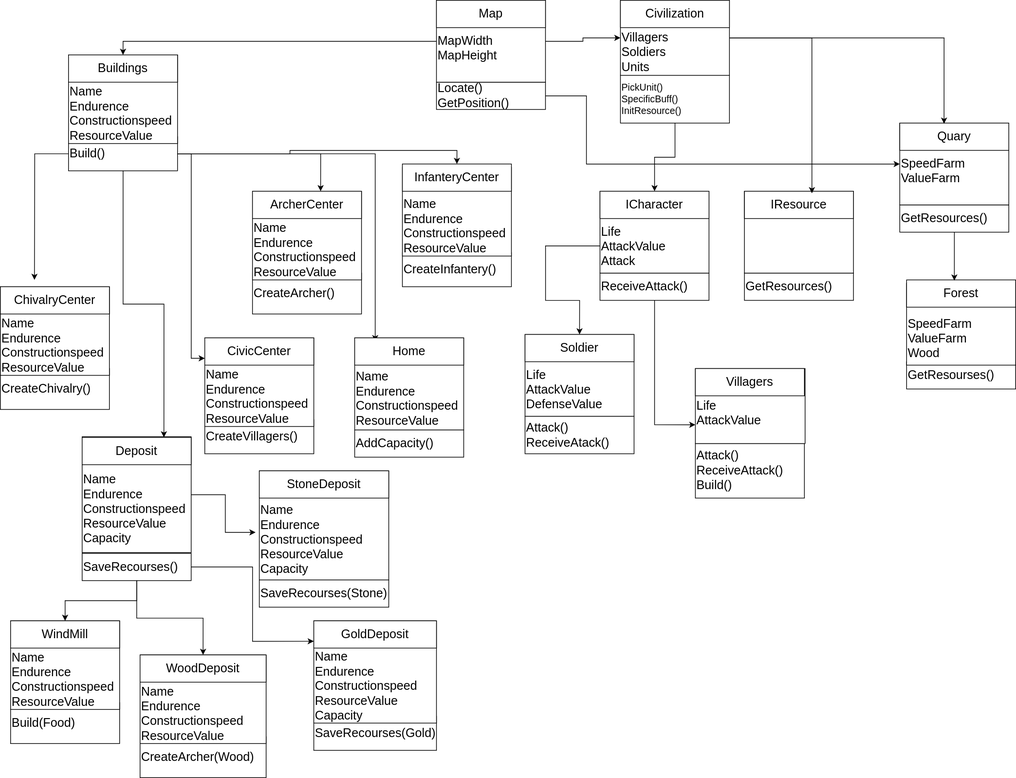
Earlier version of the draw.io export ClassLibrary1/FacadeDirectory/DiagramaDeClases.svg (Christian-Curbelo-004/Age-Of-Empires-Project). Source tidied: cells renumbered, new cells last; positions are measured from the earlier drawing's top-left corner, leaving out a move shared by most shapes.
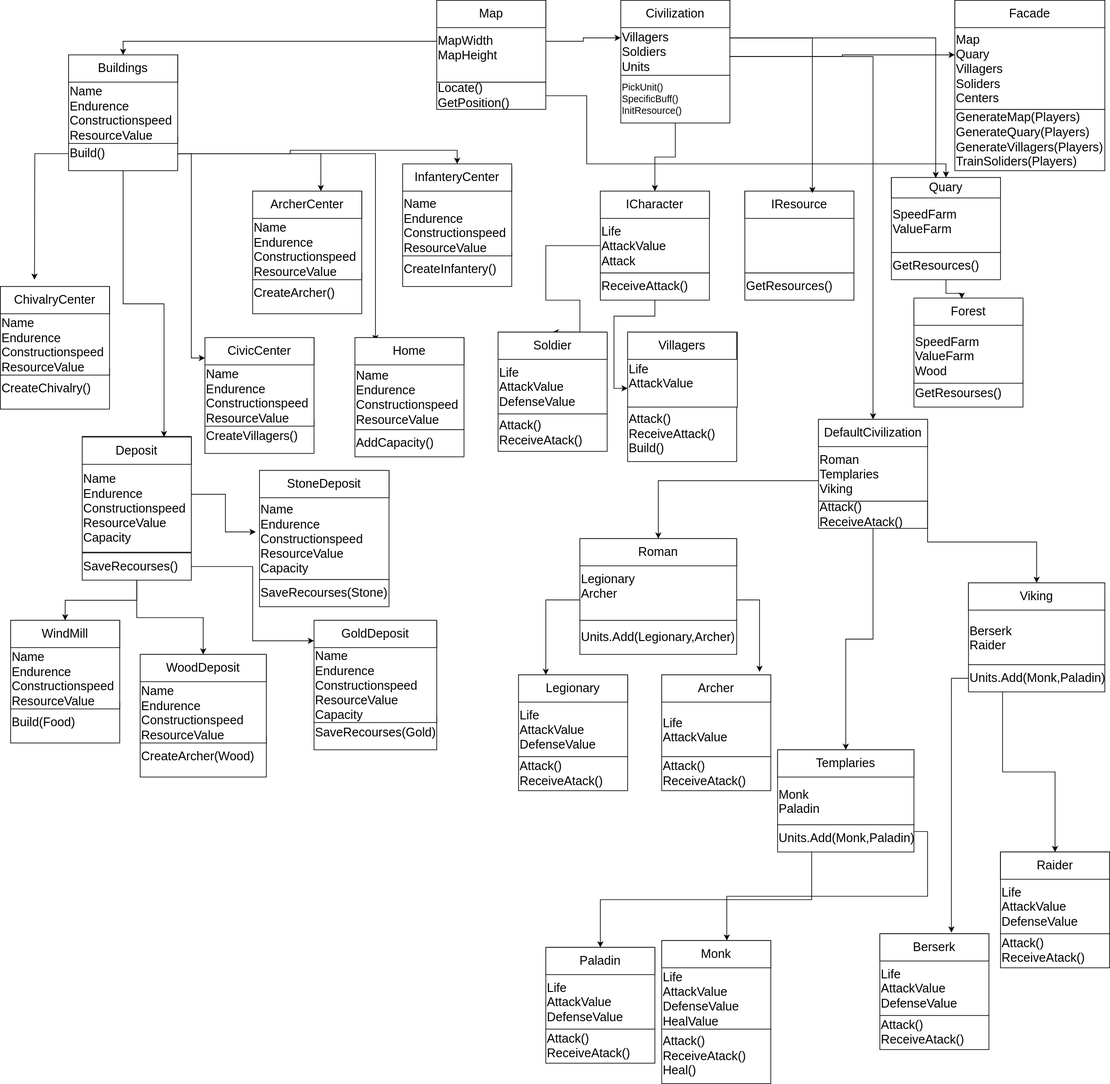
The same diagram one commit later.

Commit message:
armando diagramas

The edit, as a diff of the source:
```diff
@@ -166,14 +166,20 @@
       <mxGeometry x="520" y="495" width="160" height="40" as="geometry" />
     </mxCell>
     <mxCell id="52" value="&lt;font style=&quot;font-size: 18px;&quot;&gt;GetResourses()&lt;/font&gt;" style="rounded=0;whiteSpace=wrap;html=1;align=left;" parent="1" vertex="1">
-      <mxGeometry x="1330" y="530" width="160" height="40" as="geometry" />
+      <mxGeometry x="1340" y="557" width="160" height="40" as="geometry" />
     </mxCell>
     <mxCell id="53" value="&lt;font style=&quot;font-size: 18px;&quot;&gt;&lt;br style=&quot;border-color: var(--border-color);&quot;&gt;&lt;br&gt;SpeedFarm&lt;br style=&quot;border-color: var(--border-color);&quot;&gt;ValueFarm&lt;br&gt;Wood&lt;/font&gt;" style="rounded=0;whiteSpace=wrap;html=1;align=left;" parent="1" vertex="1">
-      <mxGeometry x="1330" y="415" width="160" height="120" as="geometry" />
+      <mxGeometry x="1340" y="442" width="160" height="120" as="geometry" />
     </mxCell>
     <mxCell id="54" value="&lt;font style=&quot;font-size: 18px;&quot;&gt;Forest&lt;/font&gt;" style="rounded=0;whiteSpace=wrap;html=1;" parent="1" vertex="1">
-      <mxGeometry x="1330" y="410" width="160" height="40" as="geometry" />
+      <mxGeometry x="1340" y="437" width="160" height="40" as="geometry" />
     </mxCell>
+    <mxCell id="79" style="edgeStyle=orthogonalEdgeStyle;rounded=0;jettySize=auto;html=1;exitX=1;exitY=0.75;exitDx=0;exitDy=0;" parent="1" edge="1" source="55" target="97">
+      <mxGeometry relative="1" as="geometry" />
+    </mxCell>
+    <mxCell id="80" style="edgeStyle=orthogonalEdgeStyle;rounded=0;jettySize=auto;html=1;exitX=1;exitY=0.75;exitDx=0;exitDy=0;" parent="1" edge="1" source="55" target="99">
+      <mxGeometry relative="1" as="geometry" />
+    </mxCell>
     <mxCell id="55" value="&lt;font style=&quot;font-size: 18px;&quot;&gt;&lt;br&gt;&lt;br&gt;Villagers&lt;br&gt;Soldiers&lt;br&gt;Units&lt;/font&gt;" style="rounded=0;whiteSpace=wrap;html=1;align=left;" parent="1" vertex="1">
       <mxGeometry x="910" width="160" height="110" as="geometry" />
     </mxCell>
@@ -181,31 +187,31 @@
       <mxGeometry x="910" width="160" height="40" as="geometry" />
     </mxCell>
     <mxCell id="57" value="&lt;font style=&quot;font-size: 18px;&quot;&gt;GetResources()&lt;/font&gt;" style="rounded=0;whiteSpace=wrap;html=1;align=left;" parent="1" vertex="1">
-      <mxGeometry x="1320" y="300" width="160" height="40" as="geometry" />
+      <mxGeometry x="1307" y="370" width="160" height="40" as="geometry" />
     </mxCell>
     <mxCell id="58" value="&lt;font style=&quot;font-size: 18px;&quot;&gt;&lt;br&gt;SpeedFarm&lt;br&gt;ValueFarm&lt;/font&gt;" style="rounded=0;whiteSpace=wrap;html=1;align=left;" parent="1" vertex="1">
-      <mxGeometry x="1320" y="180" width="160" height="120" as="geometry" />
+      <mxGeometry x="1307" y="260" width="160" height="110" as="geometry" />
     </mxCell>
     <mxCell id="59" value="&lt;font style=&quot;font-size: 18px;&quot;&gt;Quary&lt;/font&gt;" style="rounded=0;whiteSpace=wrap;html=1;" parent="1" vertex="1">
-      <mxGeometry x="1320" y="180" width="160" height="40" as="geometry" />
+      <mxGeometry x="1307" y="260" width="160" height="30" as="geometry" />
     </mxCell>
     <mxCell id="60" value="&lt;font style=&quot;font-size: 18px;&quot;&gt;Attack()&lt;br&gt;ReceiveAtack()&lt;/font&gt;" style="rounded=0;whiteSpace=wrap;html=1;align=left;" parent="1" vertex="1">
-      <mxGeometry x="770" y="610" width="160" height="55" as="geometry" />
+      <mxGeometry x="730" y="607" width="160" height="55" as="geometry" />
     </mxCell>
     <mxCell id="61" value="&lt;font style=&quot;font-size: 18px;&quot;&gt;&lt;br&gt;&lt;br&gt;Life&lt;br&gt;AttackValue&lt;br&gt;DefenseValue&lt;/font&gt;" style="rounded=0;whiteSpace=wrap;html=1;align=left;" parent="1" vertex="1">
-      <mxGeometry x="770" y="490" width="160" height="120" as="geometry" />
+      <mxGeometry x="730" y="487" width="160" height="120" as="geometry" />
     </mxCell>
     <mxCell id="62" value="&lt;font style=&quot;font-size: 18px;&quot;&gt;Soldier&lt;/font&gt;" style="rounded=0;whiteSpace=wrap;html=1;" parent="1" vertex="1">
-      <mxGeometry x="770" y="490" width="160" height="40" as="geometry" />
+      <mxGeometry x="730" y="487" width="160" height="40" as="geometry" />
     </mxCell>
     <mxCell id="63" value="&lt;font style=&quot;font-size: 18px;&quot;&gt;Attack()&lt;br&gt;ReceiveAttack()&lt;br&gt;Build()&lt;/font&gt;" style="rounded=0;whiteSpace=wrap;html=1;align=left;" parent="1" vertex="1">
-      <mxGeometry x="1020" y="650" width="160" height="80" as="geometry" />
+      <mxGeometry x="920" y="597" width="160" height="80" as="geometry" />
     </mxCell>
     <mxCell id="64" value="&lt;font style=&quot;font-size: 18px;&quot;&gt;&lt;br&gt;Life&lt;br&gt;AttackValue&lt;/font&gt;" style="rounded=0;whiteSpace=wrap;html=1;align=left;" parent="1" vertex="1">
-      <mxGeometry x="1020" y="540" width="161" height="110" as="geometry" />
+      <mxGeometry x="920" y="487" width="161" height="110" as="geometry" />
     </mxCell>
     <mxCell id="65" value="&lt;font style=&quot;font-size: 18px;&quot;&gt;Villagers&lt;/font&gt;" style="rounded=0;whiteSpace=wrap;html=1;" parent="1" vertex="1">
-      <mxGeometry x="1020" y="540" width="160" height="40" as="geometry" />
+      <mxGeometry x="920" y="487" width="160" height="40" as="geometry" />
     </mxCell>
     <mxCell id="66" style="edgeStyle=orthogonalEdgeStyle;rounded=0;jettySize=auto;html=1;" parent="1" edge="1" source="67" target="58">
       <mxGeometry relative="1" as="geometry">
@@ -251,5 +257,134 @@
     <mxCell id="78" style="edgeStyle=orthogonalEdgeStyle;rounded=0;jettySize=auto;html=1;entryX=0.619;entryY=0.075;entryDx=0;entryDy=0;entryPerimeter=0;" parent="1" edge="1" source="55" target="48">
       <mxGeometry relative="1" as="geometry" />
     </mxCell>
+    <mxCell id="81" value="&lt;font style=&quot;font-size: 18px;&quot;&gt;Units.Add(Legionary,Archer)&lt;/font&gt;" style="rounded=0;whiteSpace=wrap;html=1;align=left;" parent="1" vertex="1">
+      <mxGeometry x="850" y="910" width="230" height="50" as="geometry" />
+    </mxCell>
+    <mxCell id="82" style="edgeStyle=orthogonalEdgeStyle;rounded=0;jettySize=auto;html=1;exitX=0;exitY=0.75;exitDx=0;exitDy=0;entryX=0.25;entryY=0;entryDx=0;entryDy=0;" parent="1" edge="1" source="83" target="87">
+      <mxGeometry relative="1" as="geometry" />
+    </mxCell>
+    <mxCell id="83" value="&lt;font style=&quot;font-size: 18px;&quot;&gt;&lt;br&gt;Legionary&lt;br&gt;Archer&lt;/font&gt;" style="rounded=0;whiteSpace=wrap;html=1;align=left;" parent="1" vertex="1">
+      <mxGeometry x="850" y="790" width="230" height="120" as="geometry" />
+    </mxCell>
+    <mxCell id="84" value="&lt;font style=&quot;font-size: 18px;&quot;&gt;Roman&lt;/font&gt;" style="rounded=0;whiteSpace=wrap;html=1;" parent="1" vertex="1">
+      <mxGeometry x="850" y="790" width="230" height="40" as="geometry" />
+    </mxCell>
+    <mxCell id="85" value="&lt;font style=&quot;font-size: 18px;&quot;&gt;Attack()&lt;br&gt;ReceiveAtack()&lt;/font&gt;" style="rounded=0;whiteSpace=wrap;html=1;align=left;" parent="1" vertex="1">
+      <mxGeometry x="760" y="1110" width="160" height="50" as="geometry" />
+    </mxCell>
+    <mxCell id="86" value="&lt;font style=&quot;font-size: 18px;&quot;&gt;&lt;br&gt;&lt;br&gt;Life&lt;br&gt;AttackValue&lt;br&gt;DefenseValue&lt;/font&gt;" style="rounded=0;whiteSpace=wrap;html=1;align=left;" parent="1" vertex="1">
+      <mxGeometry x="760" y="990" width="160" height="120" as="geometry" />
+    </mxCell>
+    <mxCell id="87" value="&lt;font style=&quot;font-size: 18px;&quot;&gt;Legionary&lt;/font&gt;" style="rounded=0;whiteSpace=wrap;html=1;" parent="1" vertex="1">
+      <mxGeometry x="760" y="990" width="160" height="40" as="geometry" />
+    </mxCell>
+    <mxCell id="88" style="edgeStyle=orthogonalEdgeStyle;rounded=0;jettySize=auto;html=1;exitX=0.25;exitY=1;exitDx=0;exitDy=0;entryX=0.5;entryY=0;entryDx=0;entryDy=0;" parent="1" edge="1" source="89" target="112">
+      <mxGeometry relative="1" as="geometry" />
+    </mxCell>
+    <mxCell id="89" value="&lt;font style=&quot;font-size: 18px;&quot;&gt;Units.Add(Monk,Paladin)&lt;/font&gt;" style="rounded=0;whiteSpace=wrap;html=1;align=left;" parent="1" vertex="1">
+      <mxGeometry x="1140" y="1210" width="200" height="40" as="geometry" />
+    </mxCell>
+    <mxCell id="90" value="&lt;font style=&quot;font-size: 18px;&quot;&gt;&lt;br&gt;&lt;br&gt;Monk&lt;br&gt;Paladin&lt;/font&gt;" style="rounded=0;whiteSpace=wrap;html=1;align=left;" parent="1" vertex="1">
+      <mxGeometry x="1140" y="1100" width="200" height="110" as="geometry" />
+    </mxCell>
+    <mxCell id="91" value="&lt;font style=&quot;font-size: 18px;&quot;&gt;Templaries&lt;/font&gt;" style="rounded=0;whiteSpace=wrap;html=1;" parent="1" vertex="1">
+      <mxGeometry x="1140" y="1100" width="200" height="40" as="geometry" />
+    </mxCell>
+    <mxCell id="92" style="edgeStyle=orthogonalEdgeStyle;rounded=0;jettySize=auto;html=1;exitX=0.5;exitY=1;exitDx=0;exitDy=0;entryX=0.5;entryY=0;entryDx=0;entryDy=0;" parent="1" edge="1" source="93" target="91">
+      <mxGeometry relative="1" as="geometry" />
+    </mxCell>
+    <mxCell id="93" value="&lt;font style=&quot;font-size: 18px;&quot;&gt;Attack()&lt;br&gt;ReceiveAtack()&lt;/font&gt;" style="rounded=0;whiteSpace=wrap;html=1;align=left;" parent="1" vertex="1">
+      <mxGeometry x="1200" y="735" width="160" height="40" as="geometry" />
+    </mxCell>
+    <mxCell id="94" style="edgeStyle=orthogonalEdgeStyle;rounded=0;jettySize=auto;html=1;exitX=0;exitY=0.75;exitDx=0;exitDy=0;entryX=0.5;entryY=0;entryDx=0;entryDy=0;" parent="1" edge="1" source="96" target="84">
+      <mxGeometry relative="1" as="geometry" />
+    </mxCell>
+    <mxCell id="95" style="edgeStyle=orthogonalEdgeStyle;rounded=0;jettySize=auto;html=1;exitX=1;exitY=1;exitDx=0;exitDy=0;entryX=0.5;entryY=0;entryDx=0;entryDy=0;" parent="1" edge="1" source="96" target="107">
+      <mxGeometry relative="1" as="geometry" />
+    </mxCell>
+    <mxCell id="96" value="&lt;font style=&quot;font-size: 18px;&quot;&gt;&lt;br&gt;&lt;br&gt;Roman&lt;br&gt;Templaries&lt;br&gt;Viking&lt;/font&gt;" style="rounded=0;whiteSpace=wrap;html=1;align=left;" parent="1" vertex="1">
+      <mxGeometry x="1200" y="615" width="160" height="120" as="geometry" />
+    </mxCell>
+    <mxCell id="97" value="&lt;font style=&quot;font-size: 18px;&quot;&gt;DefaultCivilization&lt;/font&gt;" style="rounded=0;whiteSpace=wrap;html=1;" parent="1" vertex="1">
+      <mxGeometry x="1200" y="615" width="160" height="40" as="geometry" />
+    </mxCell>
+    <mxCell id="98" value="&lt;font style=&quot;font-size: 18px;&quot;&gt;GenerateMap(Players)&lt;br&gt;GenerateQuary(Players)&lt;br&gt;GenerateVillagers(Players)&lt;br&gt;TrainSoliders(Players)&lt;/font&gt;" style="rounded=0;whiteSpace=wrap;html=1;align=left;" parent="1" vertex="1">
+      <mxGeometry x="1400" y="160" width="220" height="90" as="geometry" />
+    </mxCell>
+    <mxCell id="99" value="&lt;font style=&quot;font-size: 18px;&quot;&gt;&lt;br&gt;&lt;br&gt;Map&lt;br&gt;Quary&lt;br&gt;Villagers&lt;br&gt;Soliders&lt;br&gt;Centers&lt;/font&gt;" style="rounded=0;whiteSpace=wrap;html=1;align=left;" parent="1" vertex="1">
+      <mxGeometry x="1400" width="220" height="160" as="geometry" />
+    </mxCell>
+    <mxCell id="100" value="&lt;font style=&quot;font-size: 18px;&quot;&gt;Facade&lt;/font&gt;" style="rounded=0;whiteSpace=wrap;html=1;" parent="1" vertex="1">
+      <mxGeometry x="1400" width="220" height="40" as="geometry" />
+    </mxCell>
+    <mxCell id="101" value="&lt;font style=&quot;font-size: 18px;&quot;&gt;Attack()&lt;br&gt;ReceiveAtack()&lt;/font&gt;" style="rounded=0;whiteSpace=wrap;html=1;align=left;" parent="1" vertex="1">
+      <mxGeometry x="970" y="1110" width="160" height="50" as="geometry" />
+    </mxCell>
+    <mxCell id="102" value="&lt;font style=&quot;font-size: 18px;&quot;&gt;&lt;br&gt;&lt;br&gt;Life&lt;br&gt;AttackValue&lt;/font&gt;" style="rounded=0;whiteSpace=wrap;html=1;align=left;" parent="1" vertex="1">
+      <mxGeometry x="970" y="990" width="160" height="120" as="geometry" />
+    </mxCell>
+    <mxCell id="103" value="&lt;font style=&quot;font-size: 18px;&quot;&gt;Archer&lt;/font&gt;" style="rounded=0;whiteSpace=wrap;html=1;" parent="1" vertex="1">
+      <mxGeometry x="970" y="990" width="160" height="40" as="geometry" />
+    </mxCell>
+    <mxCell id="104" style="edgeStyle=orthogonalEdgeStyle;rounded=0;jettySize=auto;html=1;exitX=0.25;exitY=1;exitDx=0;exitDy=0;" parent="1" edge="1" source="105" target="122">
+      <mxGeometry relative="1" as="geometry" />
+    </mxCell>
+    <mxCell id="105" value="&lt;font style=&quot;font-size: 18px;&quot;&gt;Units.Add(Monk,Paladin)&lt;/font&gt;" style="rounded=0;whiteSpace=wrap;html=1;align=left;" parent="1" vertex="1">
+      <mxGeometry x="1420" y="975" width="200" height="40" as="geometry" />
+    </mxCell>
+    <mxCell id="106" value="&lt;font style=&quot;font-size: 18px;&quot;&gt;&lt;br&gt;&lt;br&gt;Berserk&lt;br&gt;Raider&lt;/font&gt;" style="rounded=0;whiteSpace=wrap;html=1;align=left;" parent="1" vertex="1">
+      <mxGeometry x="1420" y="855" width="200" height="120" as="geometry" />
+    </mxCell>
+    <mxCell id="107" value="&lt;font style=&quot;font-size: 18px;&quot;&gt;Viking&lt;/font&gt;" style="rounded=0;whiteSpace=wrap;html=1;" parent="1" vertex="1">
+      <mxGeometry x="1420" y="855" width="200" height="40" as="geometry" />
+    </mxCell>
+    <mxCell id="108" style="edgeStyle=orthogonalEdgeStyle;rounded=0;orthogonalLoop=1;jettySize=auto;html=1;exitX=0.5;exitY=1;exitDx=0;exitDy=0;" parent="1" edge="1" source="100" target="100">
+      <mxGeometry relative="1" as="geometry" />
+    </mxCell>
+    <mxCell id="109" style="edgeStyle=orthogonalEdgeStyle;rounded=0;jettySize=auto;html=1;exitX=1;exitY=0.75;exitDx=0;exitDy=0;entryX=0.897;entryY=-0.111;entryDx=0;entryDy=0;entryPerimeter=0;" parent="1" edge="1" source="83" target="103">
+      <mxGeometry relative="1" as="geometry" />
+    </mxCell>
+    <mxCell id="110" value="&lt;font style=&quot;font-size: 18px;&quot;&gt;Attack()&lt;br&gt;ReceiveAtack()&lt;/font&gt;" style="rounded=0;whiteSpace=wrap;html=1;align=left;" parent="1" vertex="1">
+      <mxGeometry x="800" y="1510" width="160" height="50" as="geometry" />
+    </mxCell>
+    <mxCell id="111" value="&lt;font style=&quot;font-size: 18px;&quot;&gt;&lt;br&gt;&lt;br&gt;Life&lt;br&gt;AttackValue&lt;br&gt;DefenseValue&lt;/font&gt;" style="rounded=0;whiteSpace=wrap;html=1;align=left;" parent="1" vertex="1">
+      <mxGeometry x="800" y="1390" width="160" height="120" as="geometry" />
+    </mxCell>
+    <mxCell id="112" value="&lt;font style=&quot;font-size: 18px;&quot;&gt;Paladin&lt;/font&gt;" style="rounded=0;whiteSpace=wrap;html=1;" parent="1" vertex="1">
+      <mxGeometry x="800" y="1390" width="160" height="40" as="geometry" />
+    </mxCell>
+    <mxCell id="113" value="&lt;font style=&quot;font-size: 18px;&quot;&gt;Attack()&lt;br&gt;ReceiveAtack()&lt;br&gt;Heal()&lt;br&gt;&lt;/font&gt;" style="rounded=0;whiteSpace=wrap;html=1;align=left;" parent="1" vertex="1">
+      <mxGeometry x="970" y="1510" width="160" height="80" as="geometry" />
+    </mxCell>
+    <mxCell id="114" value="&lt;font style=&quot;font-size: 18px;&quot;&gt;&lt;br&gt;&lt;br&gt;Life&lt;br&gt;AttackValue&lt;br&gt;DefenseValue&lt;br&gt;HealValue&lt;br&gt;&lt;/font&gt;" style="rounded=0;whiteSpace=wrap;html=1;align=left;" parent="1" vertex="1">
+      <mxGeometry x="970" y="1380" width="160" height="130" as="geometry" />
+    </mxCell>
+    <mxCell id="115" value="&lt;font style=&quot;font-size: 18px;&quot;&gt;Monk&lt;/font&gt;" style="rounded=0;whiteSpace=wrap;html=1;" parent="1" vertex="1">
+      <mxGeometry x="970" y="1380" width="160" height="40" as="geometry" />
+    </mxCell>
+    <mxCell id="116" style="edgeStyle=orthogonalEdgeStyle;rounded=0;jettySize=auto;html=1;exitX=1;exitY=0.25;exitDx=0;exitDy=0;entryX=0.597;entryY=0;entryDx=0;entryDy=0;entryPerimeter=0;" parent="1" edge="1" source="89" target="115">
+      <mxGeometry relative="1" as="geometry" />
+    </mxCell>
+    <mxCell id="117" value="&lt;font style=&quot;font-size: 18px;&quot;&gt;Attack()&lt;br&gt;ReceiveAtack()&lt;/font&gt;" style="rounded=0;whiteSpace=wrap;html=1;align=left;" parent="1" vertex="1">
+      <mxGeometry x="1290" y="1490" width="160" height="50" as="geometry" />
+    </mxCell>
+    <mxCell id="118" value="&lt;font style=&quot;font-size: 18px;&quot;&gt;&lt;br&gt;&lt;br&gt;Life&lt;br&gt;AttackValue&lt;br&gt;DefenseValue&lt;/font&gt;" style="rounded=0;whiteSpace=wrap;html=1;align=left;" parent="1" vertex="1">
+      <mxGeometry x="1290" y="1370" width="160" height="120" as="geometry" />
+    </mxCell>
+    <mxCell id="119" value="&lt;font style=&quot;font-size: 18px;&quot;&gt;Berserk&lt;/font&gt;" style="rounded=0;whiteSpace=wrap;html=1;" parent="1" vertex="1">
+      <mxGeometry x="1290" y="1370" width="160" height="40" as="geometry" />
+    </mxCell>
+    <mxCell id="120" value="&lt;font style=&quot;font-size: 18px;&quot;&gt;Attack()&lt;br&gt;ReceiveAtack()&lt;/font&gt;" style="rounded=0;whiteSpace=wrap;html=1;align=left;" parent="1" vertex="1">
+      <mxGeometry x="1467" y="1370" width="160" height="50" as="geometry" />
+    </mxCell>
+    <mxCell id="121" value="&lt;font style=&quot;font-size: 18px;&quot;&gt;&lt;br&gt;&lt;br&gt;Life&lt;br&gt;AttackValue&lt;br&gt;DefenseValue&lt;/font&gt;" style="rounded=0;whiteSpace=wrap;html=1;align=left;" parent="1" vertex="1">
+      <mxGeometry x="1467" y="1250" width="160" height="120" as="geometry" />
+    </mxCell>
+    <mxCell id="122" value="&lt;font style=&quot;font-size: 18px;&quot;&gt;Raider&lt;/font&gt;" style="rounded=0;whiteSpace=wrap;html=1;" parent="1" vertex="1">
+      <mxGeometry x="1467" y="1250" width="160" height="40" as="geometry" />
+    </mxCell>
+    <mxCell id="123" style="edgeStyle=orthogonalEdgeStyle;rounded=0;jettySize=auto;html=1;exitX=0;exitY=0.5;exitDx=0;exitDy=0;entryX=0.656;entryY=-0.044;entryDx=0;entryDy=0;entryPerimeter=0;" parent="1" edge="1" source="105" target="119">
+      <mxGeometry relative="1" as="geometry" />
+    </mxCell>
   </root>
 </mxGraphModel>
```
